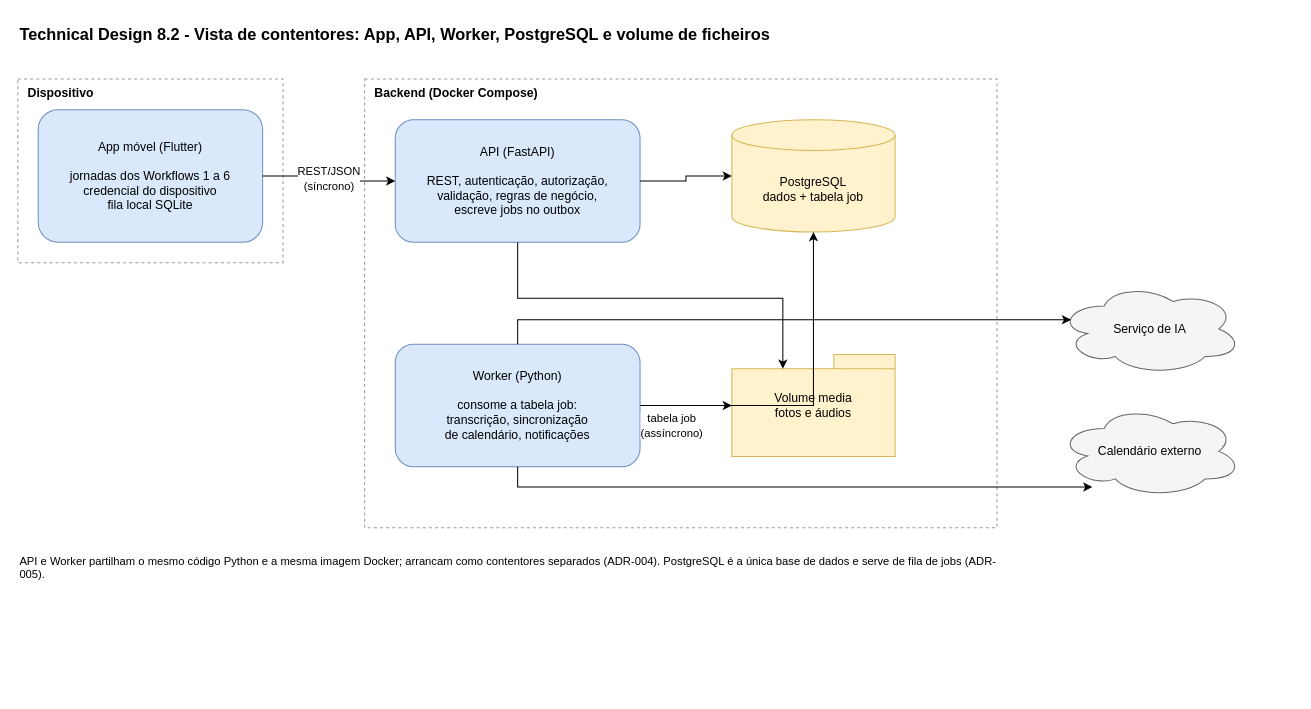
This is page "2. Vista de contentores" (2 of 5) of docs/sprintA/technical-design.drawio from LMNSdev/LABDSOF_DOMUSCAST, a draw.io file, before an edit. Source tidied: cells renumbered, new cells numbered last; positions are measured from the earlier drawing's top-left corner, leaving out a move shared by most shapes. Both pictures are drawn from the tidied source at 102%, with x=0, y=0 at pixel (17, 17).
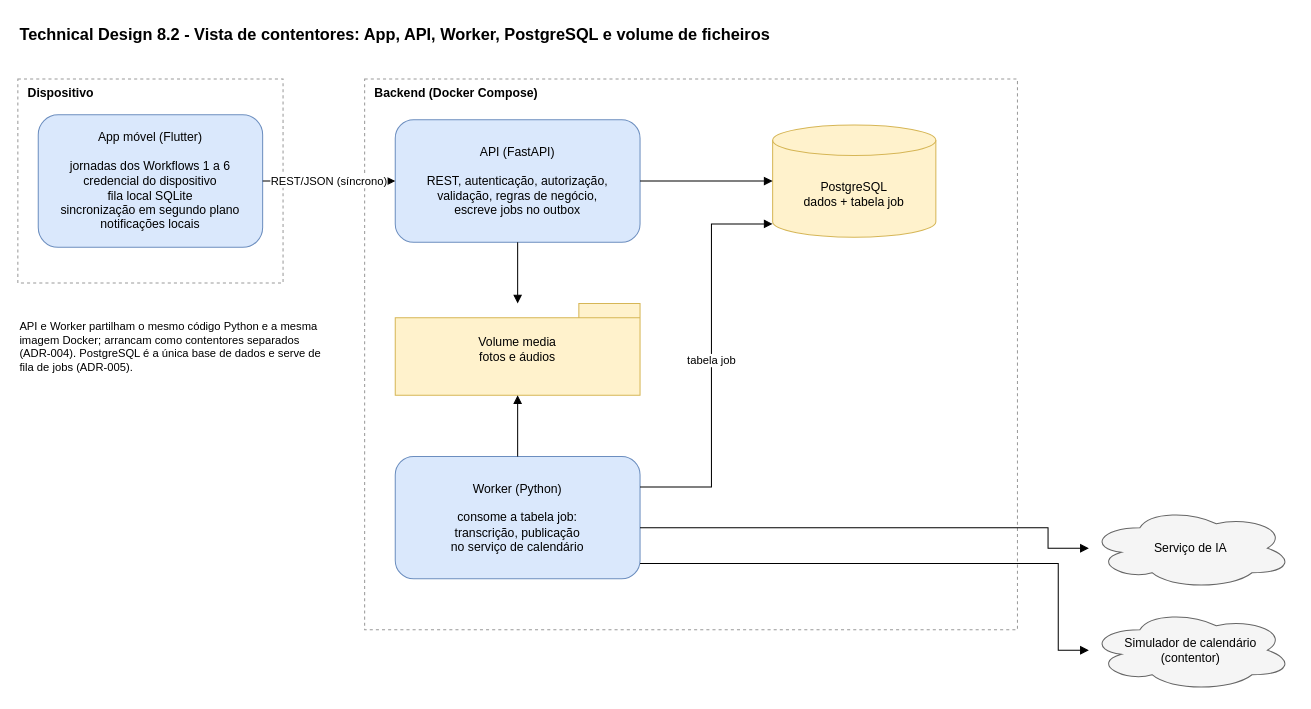
The same diagram, later.

Unchanged cells that the change refers to:
```xml
<mxCell id="6" value="API (FastAPI)&lt;br&gt;&lt;br&gt;REST, autenticação, autorização,&lt;br&gt;validação, regras de negócio,&lt;br&gt;escreve jobs no outbox" style="rounded=1;whiteSpace=wrap;html=1;fillColor=#dae8fc;strokeColor=#6c8ebf;" parent="1" vertex="1">
  <mxGeometry x="370" y="100" width="240" height="120" as="geometry" />
</mxCell>
```

Diff of the diagram source:
```diff
@@
     <mxCell id="3" value="Dispositivo" style="rounded=0;whiteSpace=wrap;html=1;fillColor=none;strokeColor=#999999;dashed=1;verticalAlign=top;align=left;spacingLeft=8;fontStyle=1;" parent="1" vertex="1">
-      <mxGeometry y="60" width="260" height="180" as="geometry" />
+      <mxGeometry y="60" width="260" height="200" as="geometry" />
     </mxCell>
-    <mxCell id="4" value="App móvel (Flutter)&lt;br&gt;&lt;br&gt;jornadas dos Workflows 1 a 6&lt;br&gt;credencial do dispositivo&lt;br&gt;fila local SQLite" style="rounded=1;whiteSpace=wrap;html=1;fillColor=#dae8fc;strokeColor=#6c8ebf;" parent="1" vertex="1">
-      <mxGeometry x="20" y="90" width="220" height="130" as="geometry" />
+    <mxCell id="4" value="App móvel (Flutter)&lt;br&gt;&lt;br&gt;jornadas dos Workflows 1 a 6&lt;br&gt;credencial do dispositivo&lt;br&gt;fila local SQLite&lt;br&gt;sincronização em segundo plano&lt;br&gt;notificações locais" style="rounded=1;whiteSpace=wrap;html=1;fillColor=#dae8fc;strokeColor=#6c8ebf;" parent="1" vertex="1">
+      <mxGeometry x="20" y="95" width="220" height="130" as="geometry" />
     </mxCell>
     <mxCell id="5" value="Backend (Docker Compose)" style="rounded=0;whiteSpace=wrap;html=1;fillColor=none;strokeColor=#999999;dashed=1;verticalAlign=top;align=left;spacingLeft=8;fontStyle=1;" parent="1" vertex="1">
-      <mxGeometry x="340" y="60" width="620" height="440" as="geometry" />
+      <mxGeometry x="340" y="60" width="640" height="540" as="geometry" />
     </mxCell>
@@
-    <mxCell id="7" value="Worker (Python)&lt;br&gt;&lt;br&gt;consome a tabela job:&lt;br&gt;transcrição, sincronização&lt;br&gt;de calendário, notificações" style="rounded=1;whiteSpace=wrap;html=1;fillColor=#dae8fc;strokeColor=#6c8ebf;" parent="1" vertex="1">
-      <mxGeometry x="370" y="320" width="240" height="120" as="geometry" />
+    <mxCell id="7" value="Volume media&lt;br&gt;fotos e áudios" style="shape=folder;whiteSpace=wrap;html=1;fillColor=#fff2cc;strokeColor=#d6b656;tabWidth=60;tabHeight=14;" parent="1" vertex="1">
+      <mxGeometry x="370" y="280" width="240" height="90" as="geometry" />
     </mxCell>
-    <mxCell id="8" value="PostgreSQL&lt;br&gt;dados + tabela job" style="shape=cylinder3;whiteSpace=wrap;html=1;boundedLbl=1;backgroundOutline=1;size=15;fillColor=#fff2cc;strokeColor=#d6b656;" parent="1" vertex="1">
-      <mxGeometry x="700" y="100" width="160" height="110" as="geometry" />
+    <mxCell id="8" value="Worker (Python)&lt;br&gt;&lt;br&gt;consome a tabela job:&lt;br&gt;transcrição, publicação&lt;br&gt;no serviço de calendário" style="rounded=1;whiteSpace=wrap;html=1;fillColor=#dae8fc;strokeColor=#6c8ebf;" parent="1" vertex="1">
+      <mxGeometry x="370" y="430" width="240" height="120" as="geometry" />
     </mxCell>
-    <mxCell id="9" value="Volume media&lt;br&gt;fotos e áudios" style="shape=folder;whiteSpace=wrap;html=1;fillColor=#fff2cc;strokeColor=#d6b656;tabWidth=60;tabHeight=14;" parent="1" vertex="1">
-      <mxGeometry x="700" y="330" width="160" height="100" as="geometry" />
+    <mxCell id="9" value="PostgreSQL&lt;br&gt;dados + tabela job" style="shape=cylinder3;whiteSpace=wrap;html=1;boundedLbl=1;backgroundOutline=1;size=15;fillColor=#fff2cc;strokeColor=#d6b656;" parent="1" vertex="1">
+      <mxGeometry x="740" y="105" width="160" height="110" as="geometry" />
     </mxCell>
     <mxCell id="10" value="Serviço de IA" style="ellipse;shape=cloud;whiteSpace=wrap;html=1;fillColor=#f5f5f5;strokeColor=#666666;" parent="1" vertex="1">
-      <mxGeometry x="1020" y="260" width="180" height="90" as="geometry" />
+      <mxGeometry x="1050" y="480" width="200" height="80" as="geometry" />
     </mxCell>
-    <mxCell id="11" value="Calendário externo" style="ellipse;shape=cloud;whiteSpace=wrap;html=1;fillColor=#f5f5f5;strokeColor=#666666;" parent="1" vertex="1">
-      <mxGeometry x="1020" y="380" width="180" height="90" as="geometry" />
+    <mxCell id="11" value="Simulador de calendário&lt;br&gt;(contentor)" style="ellipse;shape=cloud;whiteSpace=wrap;html=1;fillColor=#f5f5f5;strokeColor=#666666;" parent="1" vertex="1">
+      <mxGeometry x="1050" y="580" width="200" height="80" as="geometry" />
     </mxCell>
+    <mxCell id="19" value="API e Worker partilham o mesmo código Python e a mesma imagem Docker; arrancam como contentores separados (ADR-004). PostgreSQL é a única base de dados e serve de fila de jobs (ADR-005)." style="text;html=1;align=left;verticalAlign=top;whiteSpace=wrap;fontSize=11;" parent="1" vertex="1">
+      <mxGeometry y="290" width="300" height="110" as="geometry" />
+    </mxCell>
-    <mxCell id="12" value="REST/JSON&lt;br&gt;(síncrono)" style="edgeStyle=orthogonalEdgeStyle;rounded=0;jettySize=auto;html=1;" parent="1" edge="1" source="4" target="6">
+    <mxCell id="12" value="REST/JSON (síncrono)" style="html=1;rounded=0;endArrow=block;endFill=1;labelBackgroundColor=#ffffff;fontSize=11;exitX=1.0000;exitY=0.5000;exitDx=0;exitDy=0;exitPerimeter=0;entryX=0.0000;entryY=0.5000;entryDx=0;entryDy=0;entryPerimeter=0;" parent="1" edge="1" source="4" target="6">
       <mxGeometry relative="1" as="geometry" />
     </mxCell>
-    <mxCell id="13" style="edgeStyle=orthogonalEdgeStyle;rounded=0;jettySize=auto;html=1;" parent="1" edge="1" source="6" target="8">
+    <mxCell id="13" style="html=1;rounded=0;endArrow=block;endFill=1;labelBackgroundColor=#ffffff;fontSize=11;exitX=1.0000;exitY=0.5000;exitDx=0;exitDy=0;exitPerimeter=0;entryX=0.0000;entryY=0.5000;entryDx=0;entryDy=0;entryPerimeter=0;" parent="1" edge="1" source="6" target="9">
       <mxGeometry relative="1" as="geometry" />
     </mxCell>
-    <mxCell id="14" style="edgeStyle=orthogonalEdgeStyle;rounded=0;jettySize=auto;html=1;exitX=0.5;exitY=1;exitDx=0;exitDy=0;entryX=0;entryY=0;entryDx=50;entryDy=14;entryPerimeter=0;" parent="1" edge="1" source="6" target="9">
-      <mxGeometry x="0.04" relative="1" as="geometry" />
+    <mxCell id="14" style="html=1;rounded=0;endArrow=block;endFill=1;labelBackgroundColor=#ffffff;fontSize=11;exitX=0.5000;exitY=1.0000;exitDx=0;exitDy=0;exitPerimeter=0;entryX=0.5000;entryY=0.0000;entryDx=0;entryDy=0;entryPerimeter=0;" parent="1" edge="1" source="6" target="7">
+      <mxGeometry relative="1" as="geometry" />
     </mxCell>
-    <mxCell id="15" value="tabela job&lt;br&gt;(assíncrono)" style="edgeStyle=orthogonalEdgeStyle;rounded=0;jettySize=auto;html=1;" parent="1" edge="1" source="7" target="8">
-      <mxGeometry x="-0.82" y="-20" relative="1" as="geometry" />
+    <mxCell id="15" style="html=1;rounded=0;endArrow=block;endFill=1;labelBackgroundColor=#ffffff;fontSize=11;exitX=0.5000;exitY=0.0000;exitDx=0;exitDy=0;exitPerimeter=0;entryX=0.5000;entryY=1.0000;entryDx=0;entryDy=0;entryPerimeter=0;" parent="1" edge="1" source="8" target="7">
+      <mxGeometry relative="1" as="geometry" />
     </mxCell>
-    <mxCell id="16" style="edgeStyle=orthogonalEdgeStyle;rounded=0;jettySize=auto;html=1;" parent="1" edge="1" source="7" target="9">
-      <mxGeometry relative="1" as="geometry" />
+    <mxCell id="16" value="tabela job" style="html=1;rounded=0;endArrow=block;endFill=1;labelBackgroundColor=#ffffff;fontSize=11;exitX=1.0000;exitY=0.2500;exitDx=0;exitDy=0;exitPerimeter=0;entryX=0.0000;entryY=0.8818;entryDx=0;entryDy=0;entryPerimeter=0;" parent="1" edge="1" source="8" target="9">
+      <mxGeometry relative="1" as="geometry">
+        <Array as="points">
+          <mxPoint x="680" y="460" />
+          <mxPoint x="680" y="202" />
+        </Array>
+      </mxGeometry>
     </mxCell>
-    <mxCell id="17" style="edgeStyle=orthogonalEdgeStyle;rounded=0;jettySize=auto;html=1;entryX=0.07;entryY=0.4;entryDx=0;entryDy=0;entryPerimeter=0;exitX=0.5;exitY=0;exitDx=0;exitDy=0;" parent="1" edge="1" source="7" target="10">
-      <mxGeometry x="0.22" relative="1" as="geometry" />
+    <mxCell id="17" style="html=1;rounded=0;endArrow=block;endFill=1;labelBackgroundColor=#ffffff;fontSize=11;exitX=1.0000;exitY=0.5833;exitDx=0;exitDy=0;exitPerimeter=0;entryX=0.0000;entryY=0.5000;entryDx=0;entryDy=0;entryPerimeter=0;" parent="1" edge="1" source="8" target="10">
+      <mxGeometry relative="1" as="geometry">
+        <Array as="points">
+          <mxPoint x="1010" y="500" />
+          <mxPoint x="1010" y="520" />
+        </Array>
+      </mxGeometry>
     </mxCell>
-    <mxCell id="18" style="edgeStyle=orthogonalEdgeStyle;rounded=0;jettySize=auto;html=1;" parent="1" edge="1" source="7" target="11">
-      <mxGeometry x="0.1" relative="1" as="geometry">
+    <mxCell id="18" style="html=1;rounded=0;endArrow=block;endFill=1;labelBackgroundColor=#ffffff;fontSize=11;exitX=1.0000;exitY=0.8750;exitDx=0;exitDy=0;exitPerimeter=0;entryX=0.0000;entryY=0.5000;entryDx=0;entryDy=0;entryPerimeter=0;" parent="1" edge="1" source="8" target="11">
+      <mxGeometry relative="1" as="geometry">
         <Array as="points">
-          <mxPoint x="490" y="460" />
+          <mxPoint x="1020" y="535" />
+          <mxPoint x="1020" y="620" />
         </Array>
       </mxGeometry>
     </mxCell>
-    <mxCell id="19" value="API e Worker partilham o mesmo código Python e a mesma imagem Docker; arrancam como contentores separados (ADR-004). PostgreSQL é a única base de dados e serve de fila de jobs (ADR-005)." style="text;html=1;align=left;verticalAlign=top;whiteSpace=wrap;fontSize=11;" parent="1" vertex="1">
-      <mxGeometry y="520" width="960" height="50" as="geometry" />
-    </mxCell>
```
